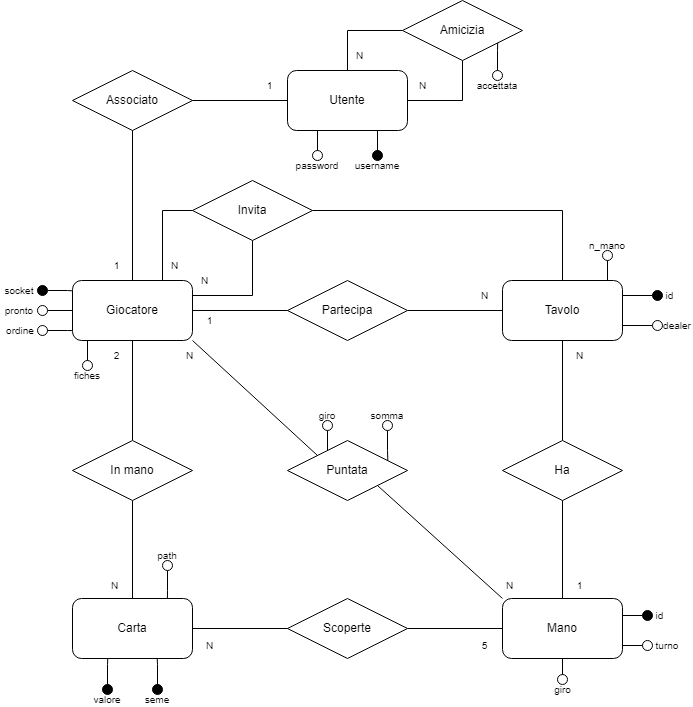
Earlier version of the draw.io export assets/images/documentazione/diagramma_er.png (Emaiarkeiou/Poker). Source tidied: cells renumbered, new cells last; positions are measured from the earlier drawing's top-left corner, leaving out a move shared by most shapes.
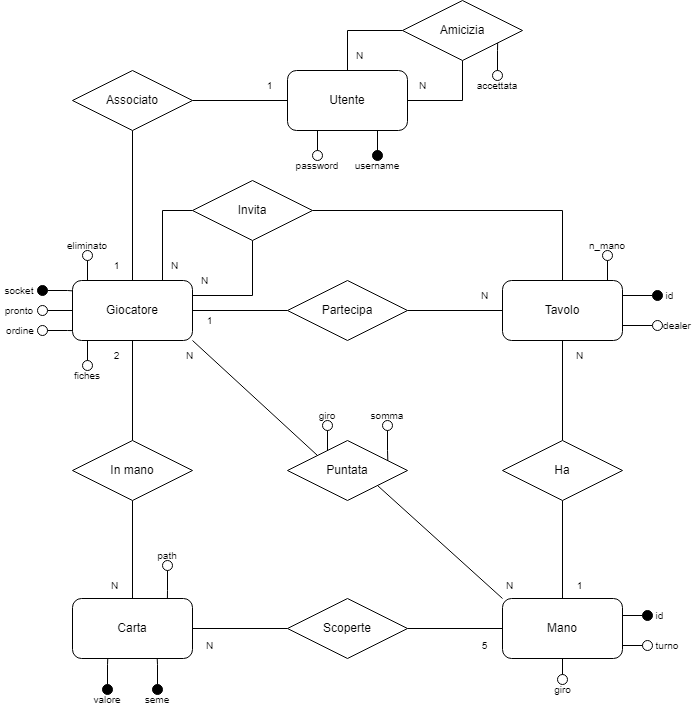
The same diagram one commit later.

The edit, as a diff of the source:
```diff
@@ -310,5 +310,14 @@
     <mxCell id="101" value="&lt;span style=&quot;font-size: 10px;&quot;&gt;giro&lt;/span&gt;" style="text;html=1;align=center;verticalAlign=middle;whiteSpace=wrap;rounded=0;" parent="1" vertex="1">
       <mxGeometry x="312" y="410" width="30" height="10" as="geometry" />
     </mxCell>
+    <mxCell id="102" style="ellipse;whiteSpace=wrap;html=1;" parent="1" vertex="1">
+      <mxGeometry x="82" y="250" width="10" height="10" as="geometry" />
+    </mxCell>
+    <mxCell id="103" value="&lt;span style=&quot;font-size: 10px;&quot;&gt;eliminato&lt;/span&gt;" style="text;html=1;align=center;verticalAlign=middle;whiteSpace=wrap;rounded=0;" parent="1" vertex="1">
+      <mxGeometry x="72" y="240" width="30" height="10" as="geometry" />
+    </mxCell>
+    <mxCell id="104" style="edgeStyle=orthogonalEdgeStyle;rounded=0;jettySize=auto;html=1;entryX=0.126;entryY=0.008;entryDx=0;entryDy=0;entryPerimeter=0;endArrow=none;endFill=0;" parent="1" edge="1" source="102" target="3">
+      <mxGeometry relative="1" as="geometry" />
+    </mxCell>
   </root>
 </mxGraphModel>
```
